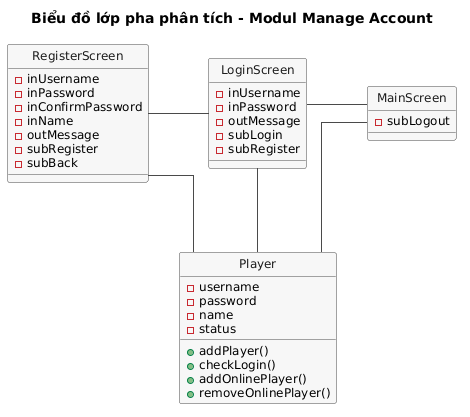
Before: docs/uml/pha2/class-analysis-m4.png, a diagram exported from PlantUML (VattenL/mobile-pikachu). Source of this version:
```plantuml
@startuml
title Biểu đồ lớp pha phân tích - Modul Manage Account

hide circle
skinparam shadowing false
skinparam linetype ortho
skinparam nodesep 60
skinparam ranksep 70
skinparam classFontSize 14
skinparam classAttributeFontSize 12
skinparam class {
  BackgroundColor #F7F7F7
  BorderColor #4A4A4A
  ArrowColor #4A4A4A
  FontColor #1A1A1A
}

class RegisterScreen {
  - inUsername
  - inPassword
  - inConfirmPassword
  - inName
  - outMessage
  - subRegister
  - subBack
}

class LoginScreen {
  - inUsername
  - inPassword
  - outMessage
  - subLogin
  - subRegister
}

class MainScreen {
  - subLogout
}

class Player {
  - username
  - password
  - name
  - status
  + addPlayer()
  + checkLogin()
  + addOnlinePlayer()
  + removeOnlinePlayer()
}

RegisterScreen -right- LoginScreen
LoginScreen -right- MainScreen

RegisterScreen -down- Player
LoginScreen -down- Player
MainScreen -down- Player
@enduml
```
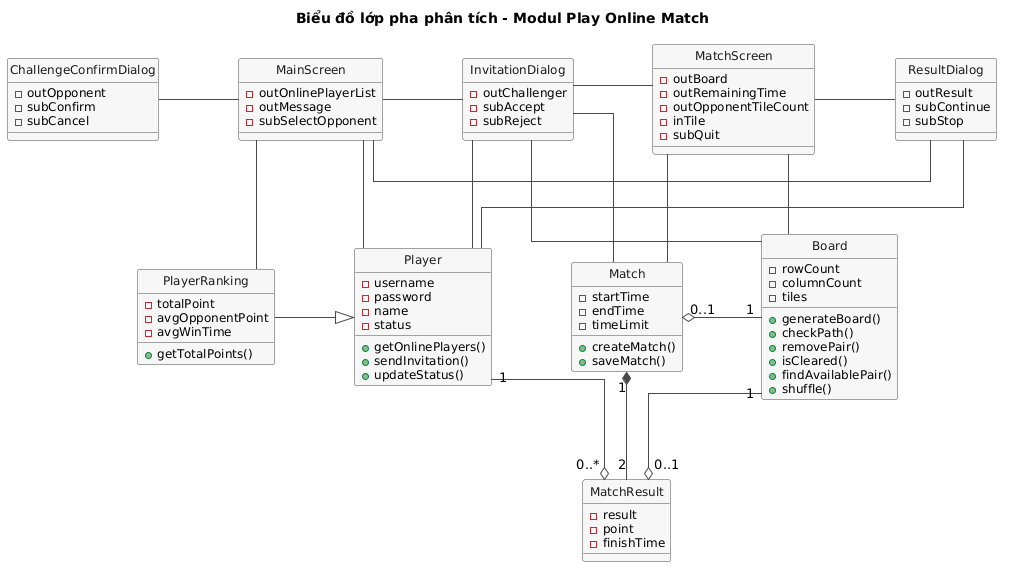
After the change.

The edit, as a diff of the source:
```diff
@@ -1,11 +1,11 @@
 @startuml
-title Biểu đồ lớp pha phân tích - Modul Manage Account
+title Biểu đồ lớp pha phân tích - Modul Play Online Match
 
 hide circle
 skinparam shadowing false
 skinparam linetype ortho
-skinparam nodesep 60
-skinparam ranksep 70
+skinparam nodesep 80
+skinparam ranksep 80
 skinparam classFontSize 14
 skinparam classAttributeFontSize 12
 skinparam class {
@@ -15,26 +15,36 @@
   FontColor #1A1A1A
 }
 
-class RegisterScreen {
-  - inUsername
-  - inPassword
-  - inConfirmPassword
-  - inName
+class MainScreen {
+  - outOnlinePlayerList
   - outMessage
-  - subRegister
-  - subBack
+  - subSelectOpponent
 }
 
-class LoginScreen {
-  - inUsername
-  - inPassword
-  - outMessage
-  - subLogin
-  - subRegister
+class ChallengeConfirmDialog {
+  - outOpponent
+  - subConfirm
+  - subCancel
 }
 
-class MainScreen {
-  - subLogout
+class InvitationDialog {
+  - outChallenger
+  - subAccept
+  - subReject
+}
+
+class MatchScreen {
+  - outBoard
+  - outRemainingTime
+  - outOpponentTileCount
+  - inTile
+  - subQuit
+}
+
+class ResultDialog {
+  - outResult
+  - subContinue
+  - subStop
 }
 
 class Player {
@@ -42,16 +52,62 @@
   - password
   - name
   - status
-  + addPlayer()
-  + checkLogin()
-  + addOnlinePlayer()
-  + removeOnlinePlayer()
+  + getOnlinePlayers()
+  + sendInvitation()
+  + updateStatus()
 }
 
-RegisterScreen -right- LoginScreen
-LoginScreen -right- MainScreen
+class PlayerRanking {
+  - totalPoint
+  - avgOpponentPoint
+  - avgWinTime
+  + getTotalPoints()
+}
 
-RegisterScreen -down- Player
-LoginScreen -down- Player
+class Board {
+  - rowCount
+  - columnCount
+  - tiles
+  + generateBoard()
+  + checkPath()
+  + removePair()
+  + isCleared()
+  + findAvailablePair()
+  + shuffle()
+}
+
+class Match {
+  - startTime
+  - endTime
+  - timeLimit
+  + createMatch()
+  + saveMatch()
+}
+
+class MatchResult {
+  - result
+  - point
+  - finishTime
+}
+
+MainScreen -left- ChallengeConfirmDialog
+MainScreen -right- InvitationDialog
+InvitationDialog -right- MatchScreen
+MatchScreen -right- ResultDialog
+ResultDialog -[norank]- MainScreen
+
 MainScreen -down- Player
+MainScreen -down- PlayerRanking
+InvitationDialog -down- Board
+InvitationDialog -down- Match
+InvitationDialog -down- Player
+MatchScreen -down- Board
+MatchScreen -down- Match
+ResultDialog -down- Player
+
+Player "1" -[norank]-o "0..*" MatchResult
+Match "1" *-down- "2" MatchResult
+Match "0..1" o-right- "1" Board
+MatchResult "0..1" o-[norank]- "1" Board
+PlayerRanking -[norank]-|> Player
 @enduml
```
